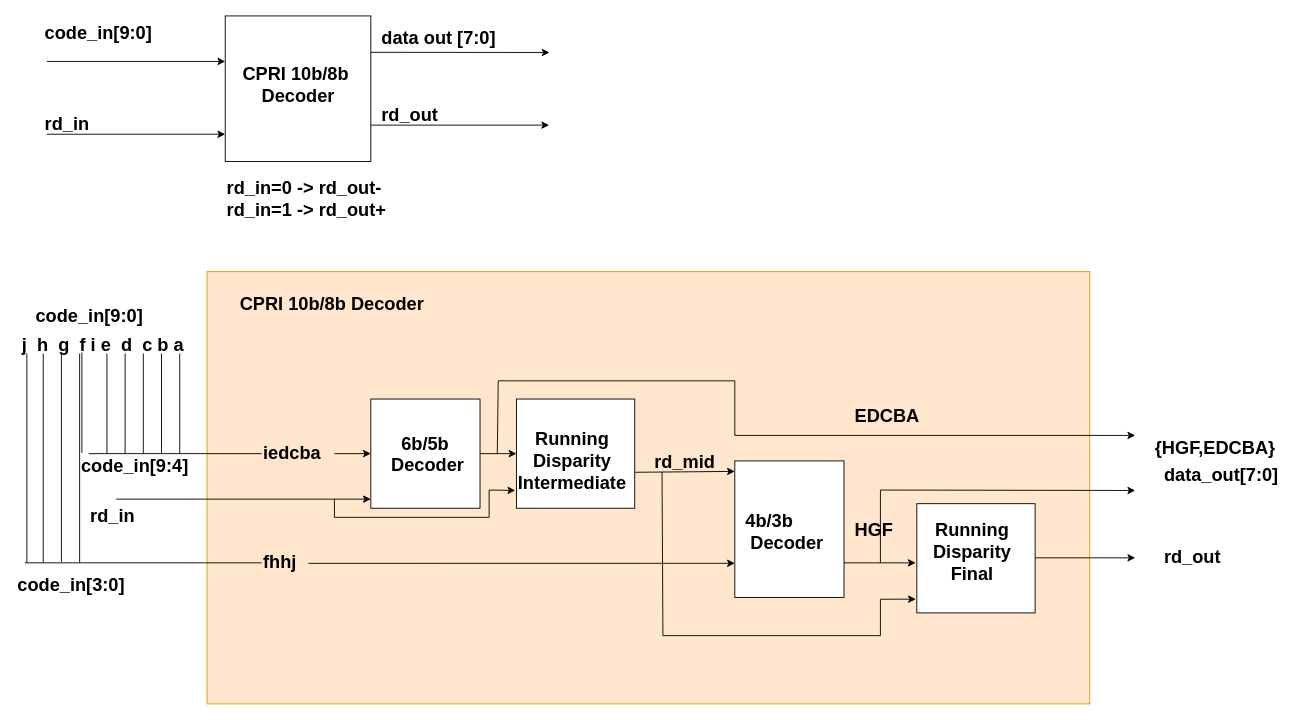
huynhnguyen107/INTERFACE keeps this draw.io diagram as CPRI/07_cpri_8b10b_decoder/System Architecture/cpri_8b10b_decoder.drawio. Above is the earlier version. Source tidied: cells renumbered, new cells numbered last; positions are measured from the earlier drawing's top-left corner, leaving out a move shared by most shapes. Both pictures are drawn from the tidied source at 91%, with x=0, y=0 at pixel (15, 15).
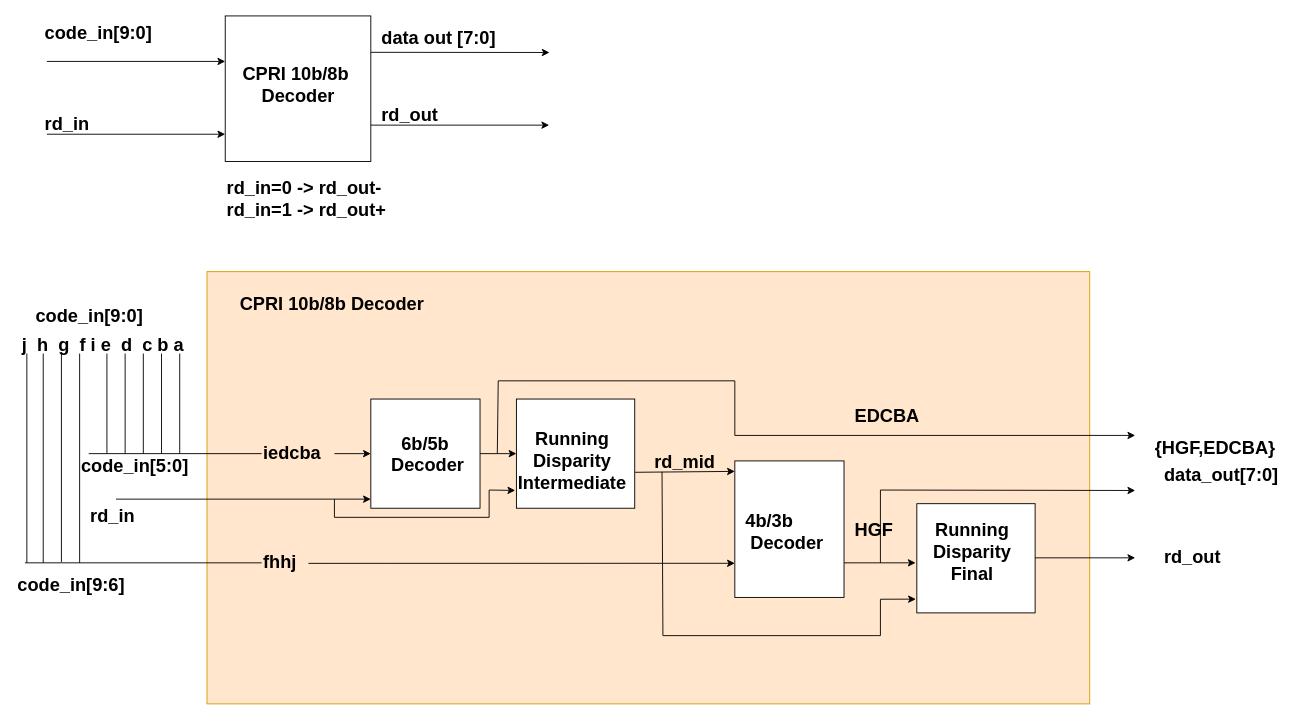
Above is the later version.

The edit, as a diff of the source:
```diff
@@
-    <mxCell id="55" style="endArrow=none;html=1;rounded=0;defaultLabelBackgroundColor=page;" parent="1" edge="1">
-      <mxGeometry relative="1" as="geometry">
-        <mxPoint x="72.5" y="480" as="sourcePoint" />
-        <mxPoint x="72.5" y="370" as="targetPoint" />
-      </mxGeometry>
-    </mxCell>
-    <mxCell id="56" value="&lt;b style=&quot;forced-color-adjust: none; color: rgb(0, 0, 0); font-family: Helvetica; font-size: 20px; font-style: normal; font-variant-ligatures: normal; font-variant-caps: normal; letter-spacing: normal; orphans: 2; text-align: center; text-indent: 0px; text-transform: none; widows: 2; word-spacing: 0px; -webkit-text-stroke-width: 0px; white-space: normal; text-decoration-thickness: initial; text-decoration-style: initial; text-decoration-color: initial;&quot;&gt;code_in[9:4]&lt;/b&gt;" style="text;whiteSpace=wrap;html=1;" parent="1" vertex="1">
+    <mxCell id="56" value="&lt;b style=&quot;forced-color-adjust: none; color: rgb(0, 0, 0); font-family: Helvetica; font-size: 20px; font-style: normal; font-variant-ligatures: normal; font-variant-caps: normal; letter-spacing: normal; orphans: 2; text-align: center; text-indent: 0px; text-transform: none; widows: 2; word-spacing: 0px; -webkit-text-stroke-width: 0px; white-space: normal; text-decoration-thickness: initial; text-decoration-style: initial; text-decoration-color: initial;&quot;&gt;code_in[5:0]&lt;/b&gt;" style="text;whiteSpace=wrap;html=1;" parent="1" vertex="1">
       <mxGeometry x="70" y="476" width="60" height="20" as="geometry" />
     </mxCell>
-    <mxCell id="57" value="&lt;b style=&quot;forced-color-adjust: none; color: rgb(0, 0, 0); font-family: Helvetica; font-size: 20px; font-style: normal; font-variant-ligatures: normal; font-variant-caps: normal; letter-spacing: normal; orphans: 2; text-align: center; text-indent: 0px; text-transform: none; widows: 2; word-spacing: 0px; -webkit-text-stroke-width: 0px; white-space: normal; text-decoration-thickness: initial; text-decoration-style: initial; text-decoration-color: initial;&quot;&gt;code_in[3:0]&lt;/b&gt;" style="text;whiteSpace=wrap;html=1;" parent="1" vertex="1">
+    <mxCell id="57" value="&lt;b style=&quot;forced-color-adjust: none; color: rgb(0, 0, 0); font-family: Helvetica; font-size: 20px; font-style: normal; font-variant-ligatures: normal; font-variant-caps: normal; letter-spacing: normal; orphans: 2; text-align: center; text-indent: 0px; text-transform: none; widows: 2; word-spacing: 0px; -webkit-text-stroke-width: 0px; white-space: normal; text-decoration-thickness: initial; text-decoration-style: initial; text-decoration-color: initial;&quot;&gt;code_in[9:6]&lt;/b&gt;" style="text;whiteSpace=wrap;html=1;" parent="1" vertex="1">
       <mxGeometry y="606" width="60" height="20" as="geometry" />
     </mxCell>
```
